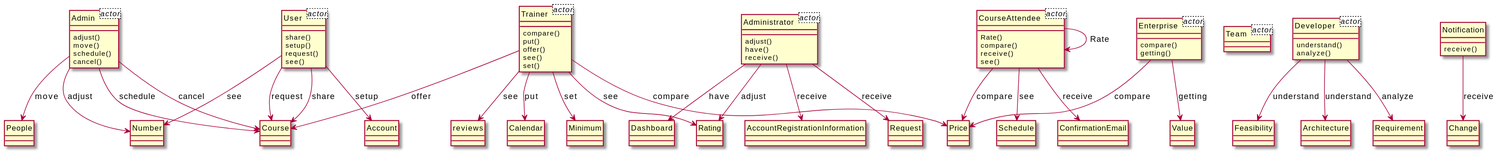
xixixhalu/DomainModelExtractor keeps this PlantUML diagram as output/diagram_5/2014-USC-Project11.svg. Above is the earlier version.
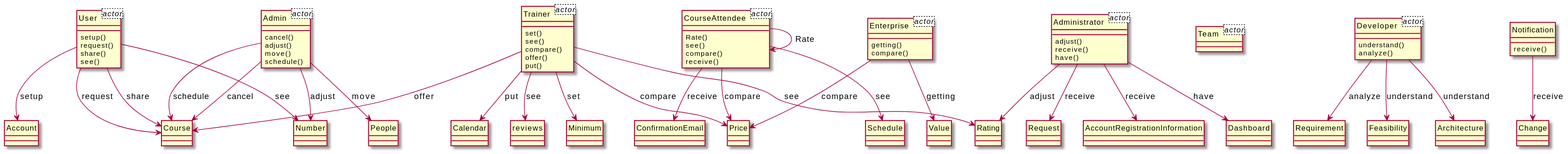
Above is the later version.

Diff of the diagram source:
```diff
@@ -16,111 +16,111 @@
 }
 class Developer<actor> {
 }
+class CourseAttendee {
+	Rate()
+	see()
+	compare()
+	receive()
+}
+class Price {
+}
+class Trainer {
+	set()
+	see()
+	compare()
+	offer()
+	put()
+}
+class reviews {
+}
 class Developer {
 	understand()
 	analyze()
 }
-class Feasibility {
+class Requirement {
+}
+class User {
+	setup()
+	request()
+	share()
+	see()
+}
+class Course {
 }
 class Administrator {
 	adjust()
+	receive()
 	have()
-	receive()
+}
+class Dashboard {
 }
 class Rating {
 }
-class Request {
+class Account {
+}
+class Admin {
+	cancel()
+	adjust()
+	move()
+	schedule()
+}
+class People {
+}
+class Schedule {
 }
 class Notification {
 	receive()
 }
 class Change {
 }
-class User {
-	share()
-	setup()
-	request()
-	see()
+class Minimum {
 }
-class Course {
-}
-class CourseAttendee {
-	Rate()
-	compare()
-	receive()
-	see()
-}
-class Schedule {
-}
-class Price {
-}
-class Trainer {
-	compare()
-	put()
-	offer()
-	see()
-	set()
-}
-class reviews {
-}
-class Account {
+class Feasibility {
 }
 class Calendar {
 }
-class Admin {
-	adjust()
-	move()
-	schedule()
-	cancel()
+class Request {
 }
 class ConfirmationEmail {
 }
 class Number {
 }
-class Dashboard {
+class AccountRegistrationInformation {
 }
-class Minimum {
+class Enterprise {
+	getting()
+	compare()
+}
+class Value {
 }
 class Architecture {
 }
-class People {
-}
-class Requirement {
-}
-class AccountRegistrationInformation {
-}
-class Enterprise {
-	compare()
-	getting()
-}
-class Value {
-}
+CourseAttendee --> Price : compare
+Enterprise --> Value : getting
+Trainer --> Course : offer
+Administrator --> Dashboard : have
 Developer --> Feasibility : understand
+Developer --> Architecture : understand
+Trainer --> reviews : see
+Trainer --> Rating : see
+Admin --> Course : cancel
+User --> Course : share
+Trainer --> Calendar : put
+Developer --> Requirement : analyze
+User --> Course : request
+Trainer --> Price : compare
+User --> Account : setup
+Administrator --> Request : receive
+CourseAttendee --> ConfirmationEmail : receive
+Admin --> People : move
+User --> Number : see
+CourseAttendee --> Schedule : see
+Administrator --> AccountRegistrationInformation : receive
+Administrator --> Rating : adjust
+Admin --> Course : schedule
+Notification --> Change : receive
 CourseAttendee --> CourseAttendee : Rate
+Trainer --> Minimum : set
 Enterprise --> Price : compare
-CourseAttendee --> ConfirmationEmail : receive
-Enterprise --> Value : getting
-Administrator --> Rating : adjust
-CourseAttendee --> Schedule : see
-Trainer --> Course : offer
 Admin --> Number : adjust
-Administrator --> Request : receive
-Administrator --> Dashboard : have
-CourseAttendee --> Price : compare
-Trainer --> Rating : see
-Notification --> Change : receive
-Trainer --> Price : compare
-Trainer --> Minimum : set
-Trainer --> reviews : see
-Developer --> Architecture : understand
-User --> Course : share
-User --> Account : setup
-User --> Number : see
-Trainer --> Calendar : put
-Admin --> People : move
-Developer --> Requirement : analyze
-Admin --> Course : cancel
-User --> Course : request
-Administrator --> AccountRegistrationInformation : receive
-Admin --> Course : schedule
 @enduml
```
